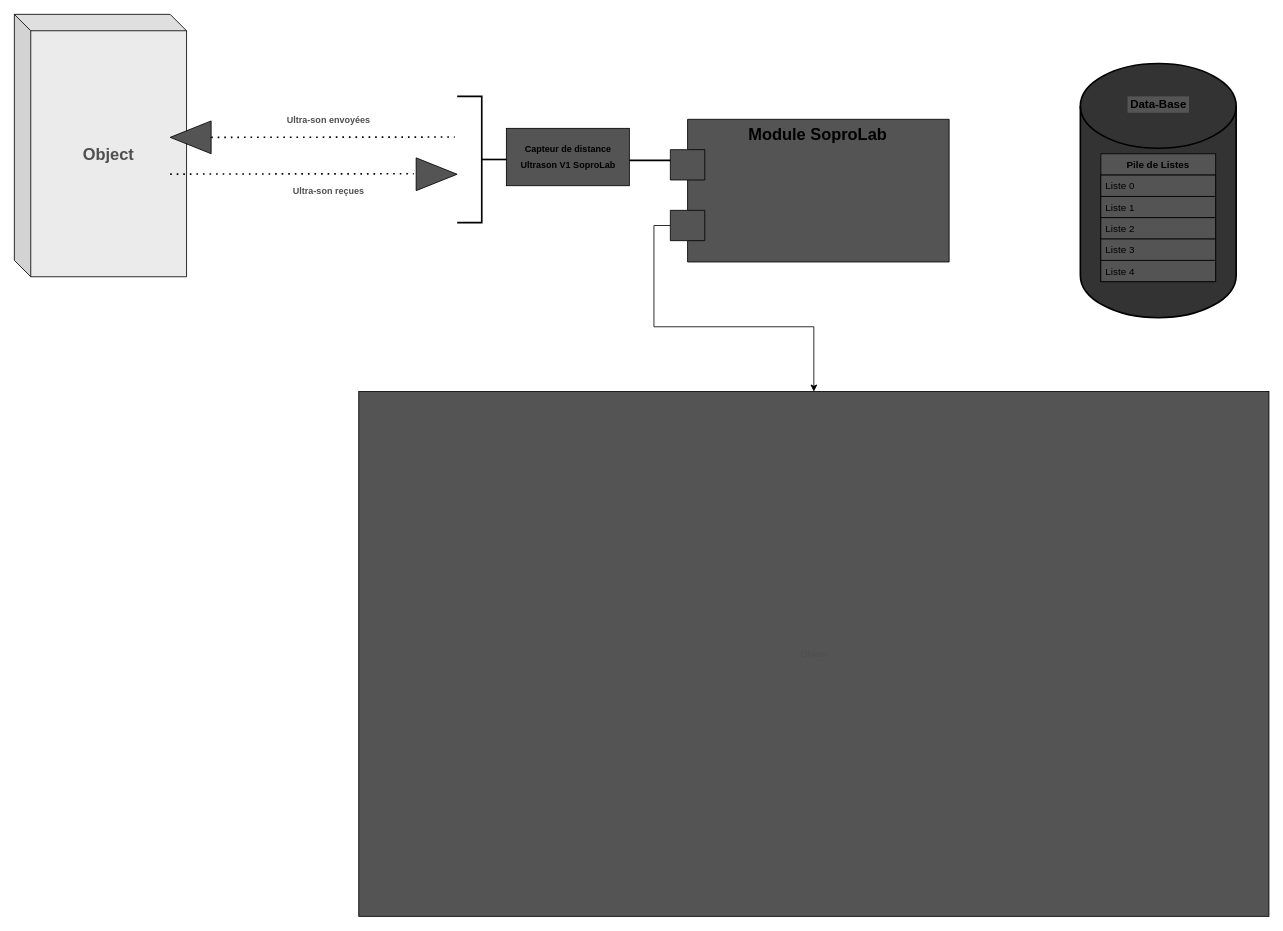
Above: Untitled Diagram.drawio in MasterLaplace/Projet_NSI-SON (draw.io), before the change. Source tidied: cells renumbered, new cells numbered last; positions are measured from the earlier drawing's top-left corner, leaving out a move shared by most shapes. Both pictures are drawn from the tidied source at 82%, with x=0, y=0 at pixel (14, 14).
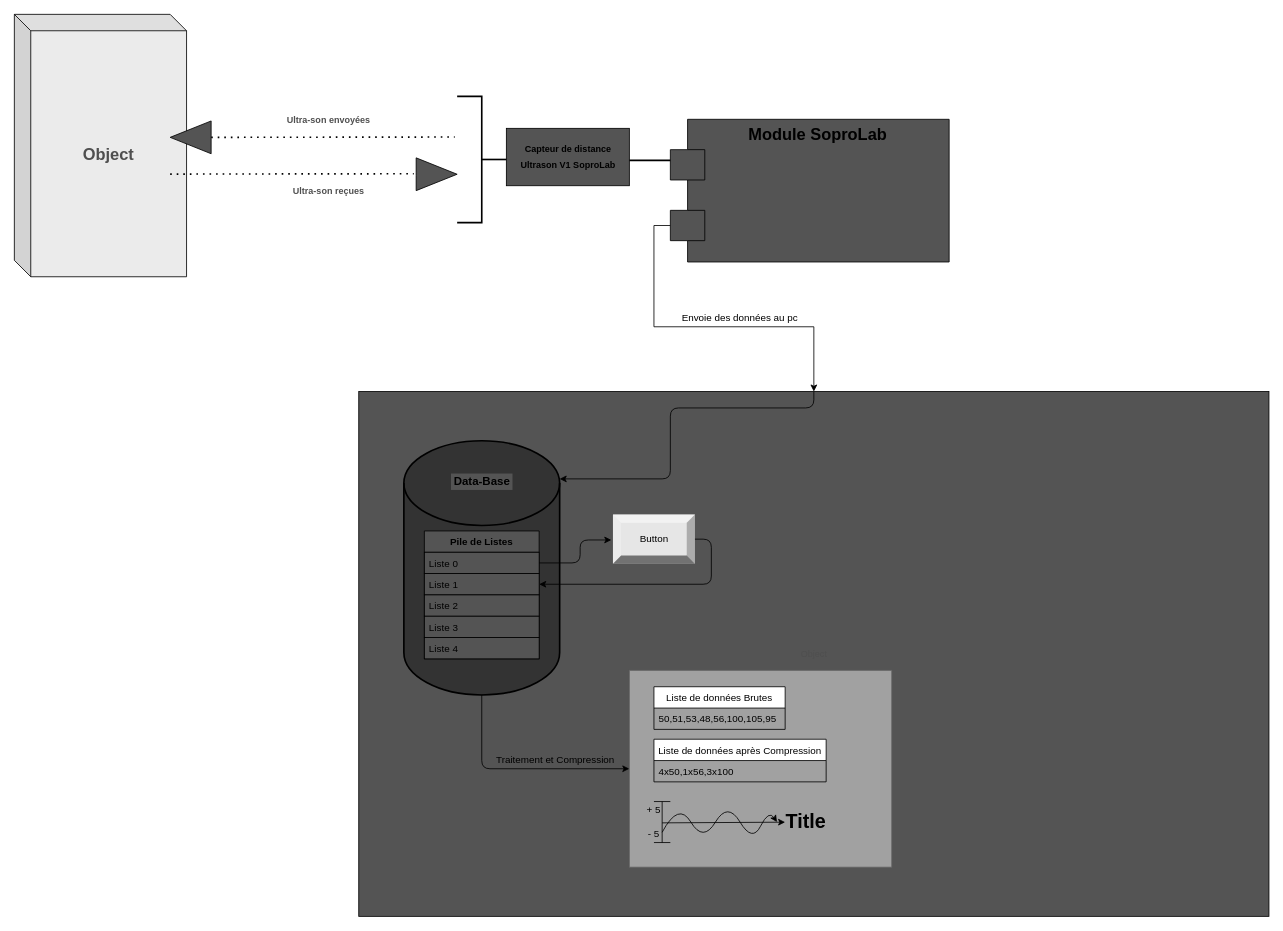
The same page after the edit.

Unchanged cells that the change refers to:
```xml
<mxCell id="5" value="Liste 1" style="text;fillColor=#545454;align=left;verticalAlign=middle;spacingLeft=4;spacingRight=4;overflow=hidden;points=[[0,0.5],[1,0.5]];portConstraint=eastwest;strokeColor=#000000;" parent="3" vertex="1">
  <mxGeometry y="52" width="140" height="26" as="geometry" />
</mxCell>
```

Change to the diagram source:
```diff
@@
+    <mxCell id="22" value="Object" style="html=1;labelBackgroundColor=none;fontSize=11;fontColor=#4F4F4F;strokeColor=#000000;verticalAlign=middle;fillColor=#545454;" parent="1" vertex="1">
+      <mxGeometry x="420" y="460" width="1110" height="640" as="geometry" />
+    </mxCell>
     <mxCell id="2" style="strokeWidth=2;html=1;shape=mxgraph.flowchart.database;whiteSpace=wrap;fillColor=#333333;" parent="1" vertex="1">
-      <mxGeometry x="1300" y="60" width="190" height="310" as="geometry" />
+      <mxGeometry x="475" y="520" width="190" height="310" as="geometry" />
     </mxCell>
     <mxCell id="3" value="Pile de Listes" style="swimlane;fontStyle=1;horizontal=1;startSize=26;fillColor=#545454;" parent="1" vertex="1">
-      <mxGeometry x="1325" y="170" width="140" height="156" as="geometry" />
+      <mxGeometry x="500" y="630" width="140" height="156" as="geometry" />
     </mxCell>
@@
     <mxCell id="9" value="&lt;font style=&quot;font-size: 14px&quot;&gt;&lt;b&gt;Data-Base&lt;/b&gt;&lt;/font&gt;" style="text;html=1;strokeColor=none;fillColor=#545454;align=center;verticalAlign=middle;whiteSpace=wrap;rounded=0;" parent="1" vertex="1">
-      <mxGeometry x="1357.5" y="100" width="75" height="20" as="geometry" />
+      <mxGeometry x="532.5" y="560" width="75" height="20" as="geometry" />
     </mxCell>
@@
-    <mxCell id="22" value="Object" style="html=1;labelBackgroundColor=none;fontSize=11;fontColor=#4F4F4F;strokeColor=#000000;verticalAlign=middle;fillColor=#545454;" parent="1" vertex="1">
-      <mxGeometry x="420" y="460" width="1110" height="640" as="geometry" />
-    </mxCell>
+    <mxCell id="23" value="Envoie des données au pc" style="text;html=1;strokeColor=none;fillColor=none;align=center;verticalAlign=middle;whiteSpace=wrap;rounded=0;" parent="1" vertex="1">
+      <mxGeometry x="810" y="360" width="150" height="20" as="geometry" />
+    </mxCell>
+    <mxCell id="24" style="edgeStyle=segmentEdgeStyle;endArrow=classic;html=1;exitX=0.5;exitY=0;exitDx=0;exitDy=0;entryX=1;entryY=0.15;entryDx=0;entryDy=0;entryPerimeter=0;" parent="1" edge="1" source="22" target="2">
+      <mxGeometry relative="1" as="geometry">
+        <Array as="points">
+          <mxPoint x="975" y="480" />
+          <mxPoint x="800" y="480" />
+          <mxPoint x="800" y="567" />
+        </Array>
+      </mxGeometry>
+    </mxCell>
+    <mxCell id="25" value="Button" style="labelPosition=center;verticalLabelPosition=middle;align=center;html=1;shape=mxgraph.basic.shaded_button;dx=10;fillColor=#E6E6E6;strokeColor=none;" parent="1" vertex="1">
+      <mxGeometry x="730" y="610" width="100" height="60" as="geometry" />
+    </mxCell>
+    <mxCell id="26" style="edgeStyle=segmentEdgeStyle;endArrow=classic;html=1;exitX=1;exitY=0.25;exitDx=0;exitDy=0;" parent="1" edge="1" source="3">
+      <mxGeometry relative="1" as="geometry">
+        <mxPoint x="728" y="641" as="targetPoint" />
+        <Array as="points">
+          <mxPoint x="690" y="669" />
+          <mxPoint x="690" y="641" />
+        </Array>
+      </mxGeometry>
+    </mxCell>
+    <mxCell id="27" style="edgeStyle=segmentEdgeStyle;endArrow=classic;html=1;entryX=1;entryY=0.5;entryDx=0;entryDy=0;" parent="1" edge="1" target="5">
+      <mxGeometry relative="1" as="geometry">
+        <mxPoint x="830" y="640" as="sourcePoint" />
+        <Array as="points">
+          <mxPoint x="850" y="640" />
+          <mxPoint x="850" y="695" />
+        </Array>
+      </mxGeometry>
+    </mxCell>
+    <mxCell id="28" style="edgeStyle=segmentEdgeStyle;endArrow=classic;html=1;exitX=0.5;exitY=1;exitDx=0;exitDy=0;exitPerimeter=0;" parent="1" edge="1" source="2" target="29">
+      <mxGeometry relative="1" as="geometry">
+        <Array as="points">
+          <mxPoint x="570" y="920" />
+        </Array>
+      </mxGeometry>
+    </mxCell>
+    <mxCell id="29" style="html=1;labelBackgroundColor=none;fontSize=11;fontColor=#333333;strokeColor=#666666;verticalAlign=middle;fillColor=#A1A1A1;" parent="1" vertex="1">
+      <mxGeometry x="750" y="800" width="320" height="240" as="geometry" />
+    </mxCell>
+    <mxCell id="30" value="Traitement et Compression" style="text;html=1;strokeColor=none;fillColor=none;align=center;verticalAlign=middle;whiteSpace=wrap;rounded=0;shadow=1;sketch=1;" parent="1" vertex="1">
+      <mxGeometry x="570" y="900" width="180" height="20" as="geometry" />
+    </mxCell>
+    <mxCell id="31" value="Liste de données Brutes" style="swimlane;fontStyle=0;horizontal=1;startSize=26;" parent="1" vertex="1">
+      <mxGeometry x="780" y="820" width="160" height="52" as="geometry" />
+    </mxCell>
+    <mxCell id="32" value="50,51,53,48,56,100,105,95" style="text;strokeColor=none;fillColor=none;align=left;verticalAlign=top;spacingLeft=4;spacingRight=4;overflow=hidden;" parent="31" vertex="1">
+      <mxGeometry y="26" width="160" height="26" as="geometry" />
+    </mxCell>
+    <mxCell id="33" value="Liste de données après Compression" style="swimlane;fontStyle=0;horizontal=1;startSize=26;" parent="1" vertex="1">
+      <mxGeometry x="780" y="884" width="210" height="52" as="geometry" />
+    </mxCell>
+    <mxCell id="34" value="4x50,1x56,3x100" style="text;strokeColor=none;fillColor=none;align=left;verticalAlign=top;spacingLeft=4;spacingRight=4;overflow=hidden;" parent="33" vertex="1">
+      <mxGeometry y="26" width="210" height="26" as="geometry" />
+    </mxCell>
+    <mxCell id="35" style="shape=crossbar;whiteSpace=wrap;html=1;rounded=1;direction=south;" parent="1" vertex="1">
+      <mxGeometry x="780" y="960" width="20" height="50" as="geometry" />
+    </mxCell>
+    <mxCell id="36" style="endArrow=classic;html=1;startArrow=none;" parent="1" edge="1" target="37">
+      <mxGeometry relative="1" as="geometry">
+        <mxPoint x="790" y="986" as="sourcePoint" />
+      </mxGeometry>
+    </mxCell>
+    <mxCell id="37" value="Title" style="text;strokeColor=none;fillColor=none;html=1;fontSize=24;fontStyle=1;verticalAlign=middle;align=center;" parent="1" vertex="1">
+      <mxGeometry x="940" y="965" width="50" height="40" as="geometry" />
+    </mxCell>
+    <mxCell id="38" value="+ 5" style="text;html=1;strokeColor=none;fillColor=none;align=center;verticalAlign=middle;whiteSpace=wrap;rounded=0;" parent="1" vertex="1">
+      <mxGeometry x="760" y="960" width="40" height="20" as="geometry" />
+    </mxCell>
+    <mxCell id="39" value="- 5" style="text;html=1;strokeColor=none;fillColor=none;align=center;verticalAlign=middle;whiteSpace=wrap;rounded=0;" parent="1" vertex="1">
+      <mxGeometry x="770" y="990" width="20" height="20" as="geometry" />
+    </mxCell>
+    <mxCell id="40" style="curved=1;endArrow=classic;html=1;exitX=0.75;exitY=0.5;exitDx=0;exitDy=0;exitPerimeter=0;" parent="1" edge="1" source="35">
+      <mxGeometry relative="1" as="geometry">
+        <mxPoint x="930" y="985" as="targetPoint" />
+        <Array as="points">
+          <mxPoint x="810" y="960" />
+          <mxPoint x="840" y="1010" />
+          <mxPoint x="870" y="960" />
+          <mxPoint x="900" y="1010" />
+          <mxPoint x="920" y="970" />
+        </Array>
+      </mxGeometry>
+    </mxCell>
```
